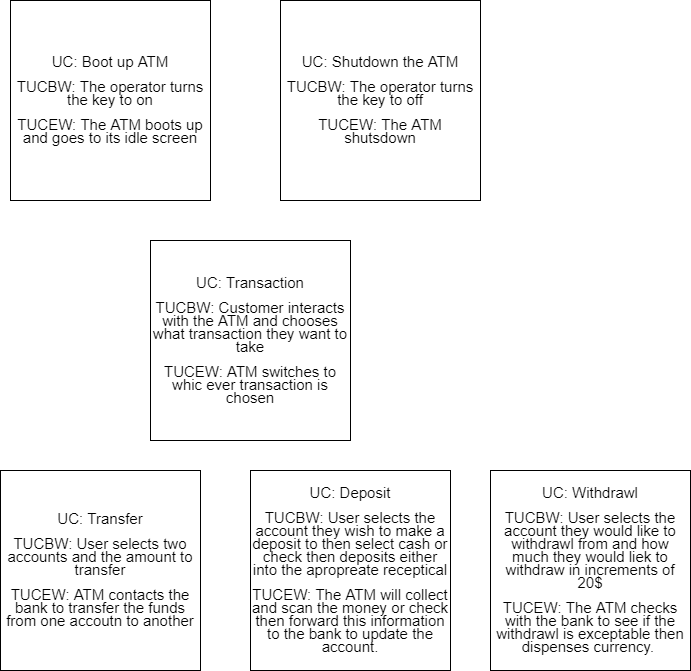
benjamin-carpenter/Image-repo keeps this draw.io diagram as UseCaseHigh.png. Above is the earlier version. Source tidied: cells renumbered, new cells last; positions are measured from the earlier drawing's top-left corner, leaving out a move shared by most shapes. Its diagram source:
```xml
<mxGraphModel>
  <root>
    <mxCell id="0" />
    <mxCell id="1" parent="0" />
    <mxCell id="2" value="&lt;p style=&quot;line-height: 100%&quot;&gt;&lt;font style=&quot;font-size: 15px&quot;&gt;UC: Boot up ATM&lt;/font&gt;&lt;/p&gt;&lt;p style=&quot;line-height: 100%&quot;&gt;&lt;font style=&quot;font-size: 15px&quot;&gt;TUCBW: The operator turns the key to on&lt;/font&gt;&lt;/p&gt;&lt;p style=&quot;line-height: 100%&quot;&gt;&lt;font style=&quot;font-size: 15px&quot;&gt;TUCEW: The ATM boots up and goes to its idle screen&lt;/font&gt;&lt;/p&gt;" style="whiteSpace=wrap;html=1;" parent="1" vertex="1">
      <mxGeometry x="10" width="200" height="200" as="geometry" />
    </mxCell>
    <mxCell id="3" value="&lt;p style=&quot;line-height: 100%&quot;&gt;&lt;font style=&quot;font-size: 15px&quot;&gt;UC: Shutdown the ATM&lt;/font&gt;&lt;/p&gt;&lt;p style=&quot;line-height: 100%&quot;&gt;&lt;font style=&quot;font-size: 15px&quot;&gt;TUCBW: The operator turns the key to off&lt;/font&gt;&lt;/p&gt;&lt;p style=&quot;line-height: 100%&quot;&gt;&lt;font style=&quot;font-size: 15px&quot;&gt;TUCEW: The ATM shutsdown&lt;/font&gt;&lt;/p&gt;" style="whiteSpace=wrap;html=1;" parent="1" vertex="1">
      <mxGeometry x="280" width="200" height="200" as="geometry" />
    </mxCell>
    <mxCell id="4" value="&lt;p style=&quot;line-height: 100%&quot;&gt;&lt;font style=&quot;font-size: 15px&quot;&gt;UC: Transaction&lt;/font&gt;&lt;/p&gt;&lt;p style=&quot;line-height: 100%&quot;&gt;&lt;font style=&quot;font-size: 15px&quot;&gt;TUCBW: Customer interacts with the ATM and chooses what transaction they want to take&lt;/font&gt;&lt;/p&gt;&lt;p style=&quot;line-height: 100%&quot;&gt;&lt;font style=&quot;font-size: 15px&quot;&gt;TUCEW: ATM switches to whic ever transaction is chosen&lt;/font&gt;&lt;/p&gt;" style="whiteSpace=wrap;html=1;" parent="1" vertex="1">
      <mxGeometry x="150" y="240" width="200" height="200" as="geometry" />
    </mxCell>
    <mxCell id="5" value="&lt;p style=&quot;line-height: 100%&quot;&gt;&lt;font style=&quot;font-size: 15px&quot;&gt;UC: Transfer&lt;/font&gt;&lt;/p&gt;&lt;p style=&quot;line-height: 100%&quot;&gt;&lt;font style=&quot;font-size: 15px&quot;&gt;TUCBW: User selects two accounts and the amount to transfer&lt;/font&gt;&lt;/p&gt;&lt;p style=&quot;line-height: 100%&quot;&gt;&lt;font style=&quot;font-size: 15px&quot;&gt;TUCEW: ATM contacts the bank to transfer the funds from one accoutn to another&lt;/font&gt;&lt;/p&gt;" style="whiteSpace=wrap;html=1;" parent="1" vertex="1">
      <mxGeometry y="470" width="200" height="200" as="geometry" />
    </mxCell>
    <mxCell id="6" value="&lt;p style=&quot;line-height: 100%&quot;&gt;&lt;font style=&quot;font-size: 15px&quot;&gt;UC: Deposit&lt;/font&gt;&lt;/p&gt;&lt;p style=&quot;line-height: 100%&quot;&gt;&lt;font style=&quot;font-size: 15px&quot;&gt;TUCBW: User selects the account they wish to make a deposit to then select cash or check then deposits either into the apropreate receptical&lt;/font&gt;&lt;/p&gt;&lt;p style=&quot;line-height: 100%&quot;&gt;&lt;font style=&quot;font-size: 15px&quot;&gt;TUCEW: The ATM will collect and scan the money or check then forward this information to the bank to update the account.&lt;/font&gt;&lt;/p&gt;" style="whiteSpace=wrap;html=1;" parent="1" vertex="1">
      <mxGeometry x="250" y="470" width="200" height="200" as="geometry" />
    </mxCell>
    <mxCell id="7" value="&lt;p style=&quot;line-height: 100%&quot;&gt;&lt;font style=&quot;font-size: 15px&quot;&gt;UC: Withdrawl&lt;/font&gt;&lt;/p&gt;&lt;p style=&quot;line-height: 100%&quot;&gt;&lt;font style=&quot;font-size: 15px&quot;&gt;TUCBW: User selects the account they would like to withdrawl from and how much they would liek to withdraw in increments of 20$&lt;/font&gt;&lt;/p&gt;&lt;p style=&quot;line-height: 100%&quot;&gt;&lt;font style=&quot;font-size: 15px&quot;&gt;TUCEW: The ATM checks with the bank to see if the withdrawl is exceptable then dispenses currency.&amp;nbsp;&lt;/font&gt;&lt;/p&gt;" style="whiteSpace=wrap;html=1;" parent="1" vertex="1">
      <mxGeometry x="490" y="470" width="200" height="200" as="geometry" />
    </mxCell>
  </root>
</mxGraphModel>
```
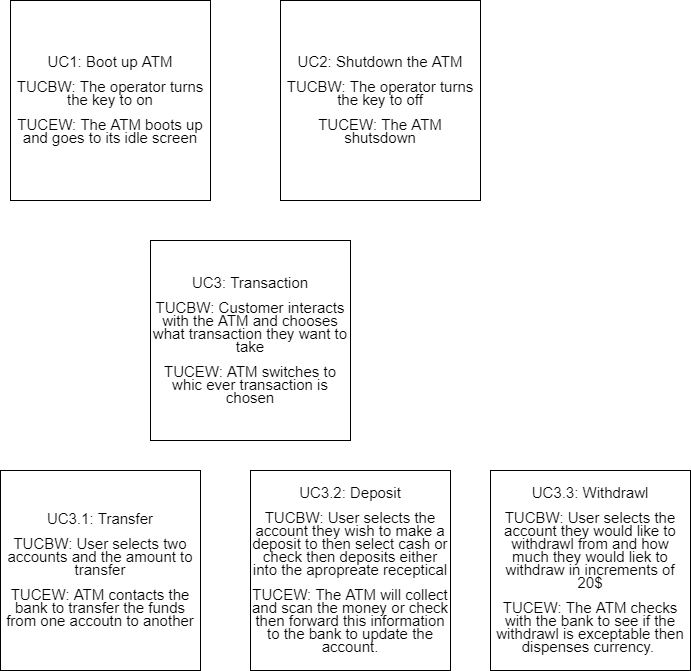
The same diagram one commit later.

The edit, as a diff of the source:
```diff
@@ -2,22 +2,22 @@
   <root>
     <mxCell id="0" />
     <mxCell id="1" parent="0" />
-    <mxCell id="2" value="&lt;p style=&quot;line-height: 100%&quot;&gt;&lt;font style=&quot;font-size: 15px&quot;&gt;UC: Boot up ATM&lt;/font&gt;&lt;/p&gt;&lt;p style=&quot;line-height: 100%&quot;&gt;&lt;font style=&quot;font-size: 15px&quot;&gt;TUCBW: The operator turns the key to on&lt;/font&gt;&lt;/p&gt;&lt;p style=&quot;line-height: 100%&quot;&gt;&lt;font style=&quot;font-size: 15px&quot;&gt;TUCEW: The ATM boots up and goes to its idle screen&lt;/font&gt;&lt;/p&gt;" style="whiteSpace=wrap;html=1;" parent="1" vertex="1">
+    <mxCell id="2" value="&lt;p style=&quot;line-height: 100%&quot;&gt;&lt;font style=&quot;font-size: 15px&quot;&gt;UC1: Boot up ATM&lt;/font&gt;&lt;/p&gt;&lt;p style=&quot;line-height: 100%&quot;&gt;&lt;font style=&quot;font-size: 15px&quot;&gt;TUCBW: The operator turns the key to on&lt;/font&gt;&lt;/p&gt;&lt;p style=&quot;line-height: 100%&quot;&gt;&lt;font style=&quot;font-size: 15px&quot;&gt;TUCEW: The ATM boots up and goes to its idle screen&lt;/font&gt;&lt;/p&gt;" style="whiteSpace=wrap;html=1;" parent="1" vertex="1">
       <mxGeometry x="10" width="200" height="200" as="geometry" />
     </mxCell>
-    <mxCell id="3" value="&lt;p style=&quot;line-height: 100%&quot;&gt;&lt;font style=&quot;font-size: 15px&quot;&gt;UC: Shutdown the ATM&lt;/font&gt;&lt;/p&gt;&lt;p style=&quot;line-height: 100%&quot;&gt;&lt;font style=&quot;font-size: 15px&quot;&gt;TUCBW: The operator turns the key to off&lt;/font&gt;&lt;/p&gt;&lt;p style=&quot;line-height: 100%&quot;&gt;&lt;font style=&quot;font-size: 15px&quot;&gt;TUCEW: The ATM shutsdown&lt;/font&gt;&lt;/p&gt;" style="whiteSpace=wrap;html=1;" parent="1" vertex="1">
+    <mxCell id="3" value="&lt;p style=&quot;line-height: 100%&quot;&gt;&lt;font style=&quot;font-size: 15px&quot;&gt;UC2: Shutdown the ATM&lt;/font&gt;&lt;/p&gt;&lt;p style=&quot;line-height: 100%&quot;&gt;&lt;font style=&quot;font-size: 15px&quot;&gt;TUCBW: The operator turns the key to off&lt;/font&gt;&lt;/p&gt;&lt;p style=&quot;line-height: 100%&quot;&gt;&lt;font style=&quot;font-size: 15px&quot;&gt;TUCEW: The ATM shutsdown&lt;/font&gt;&lt;/p&gt;" style="whiteSpace=wrap;html=1;" parent="1" vertex="1">
       <mxGeometry x="280" width="200" height="200" as="geometry" />
     </mxCell>
-    <mxCell id="4" value="&lt;p style=&quot;line-height: 100%&quot;&gt;&lt;font style=&quot;font-size: 15px&quot;&gt;UC: Transaction&lt;/font&gt;&lt;/p&gt;&lt;p style=&quot;line-height: 100%&quot;&gt;&lt;font style=&quot;font-size: 15px&quot;&gt;TUCBW: Customer interacts with the ATM and chooses what transaction they want to take&lt;/font&gt;&lt;/p&gt;&lt;p style=&quot;line-height: 100%&quot;&gt;&lt;font style=&quot;font-size: 15px&quot;&gt;TUCEW: ATM switches to whic ever transaction is chosen&lt;/font&gt;&lt;/p&gt;" style="whiteSpace=wrap;html=1;" parent="1" vertex="1">
+    <mxCell id="4" value="&lt;p style=&quot;line-height: 100%&quot;&gt;&lt;font style=&quot;font-size: 15px&quot;&gt;UC3: Transaction&lt;/font&gt;&lt;/p&gt;&lt;p style=&quot;line-height: 100%&quot;&gt;&lt;font style=&quot;font-size: 15px&quot;&gt;TUCBW: Customer interacts with the ATM and chooses what transaction they want to take&lt;/font&gt;&lt;/p&gt;&lt;p style=&quot;line-height: 100%&quot;&gt;&lt;font style=&quot;font-size: 15px&quot;&gt;TUCEW: ATM switches to whic ever transaction is chosen&lt;/font&gt;&lt;/p&gt;" style="whiteSpace=wrap;html=1;" parent="1" vertex="1">
       <mxGeometry x="150" y="240" width="200" height="200" as="geometry" />
     </mxCell>
-    <mxCell id="5" value="&lt;p style=&quot;line-height: 100%&quot;&gt;&lt;font style=&quot;font-size: 15px&quot;&gt;UC: Transfer&lt;/font&gt;&lt;/p&gt;&lt;p style=&quot;line-height: 100%&quot;&gt;&lt;font style=&quot;font-size: 15px&quot;&gt;TUCBW: User selects two accounts and the amount to transfer&lt;/font&gt;&lt;/p&gt;&lt;p style=&quot;line-height: 100%&quot;&gt;&lt;font style=&quot;font-size: 15px&quot;&gt;TUCEW: ATM contacts the bank to transfer the funds from one accoutn to another&lt;/font&gt;&lt;/p&gt;" style="whiteSpace=wrap;html=1;" parent="1" vertex="1">
+    <mxCell id="5" value="&lt;p style=&quot;line-height: 100%&quot;&gt;&lt;font style=&quot;font-size: 15px&quot;&gt;UC3.1: Transfer&lt;/font&gt;&lt;/p&gt;&lt;p style=&quot;line-height: 100%&quot;&gt;&lt;font style=&quot;font-size: 15px&quot;&gt;TUCBW: User selects two accounts and the amount to transfer&lt;/font&gt;&lt;/p&gt;&lt;p style=&quot;line-height: 100%&quot;&gt;&lt;font style=&quot;font-size: 15px&quot;&gt;TUCEW: ATM contacts the bank to transfer the funds from one accoutn to another&lt;/font&gt;&lt;/p&gt;" style="whiteSpace=wrap;html=1;" parent="1" vertex="1">
       <mxGeometry y="470" width="200" height="200" as="geometry" />
     </mxCell>
-    <mxCell id="6" value="&lt;p style=&quot;line-height: 100%&quot;&gt;&lt;font style=&quot;font-size: 15px&quot;&gt;UC: Deposit&lt;/font&gt;&lt;/p&gt;&lt;p style=&quot;line-height: 100%&quot;&gt;&lt;font style=&quot;font-size: 15px&quot;&gt;TUCBW: User selects the account they wish to make a deposit to then select cash or check then deposits either into the apropreate receptical&lt;/font&gt;&lt;/p&gt;&lt;p style=&quot;line-height: 100%&quot;&gt;&lt;font style=&quot;font-size: 15px&quot;&gt;TUCEW: The ATM will collect and scan the money or check then forward this information to the bank to update the account.&lt;/font&gt;&lt;/p&gt;" style="whiteSpace=wrap;html=1;" parent="1" vertex="1">
+    <mxCell id="6" value="&lt;p style=&quot;line-height: 100%&quot;&gt;&lt;font style=&quot;font-size: 15px&quot;&gt;UC3.2: Deposit&lt;/font&gt;&lt;/p&gt;&lt;p style=&quot;line-height: 100%&quot;&gt;&lt;font style=&quot;font-size: 15px&quot;&gt;TUCBW: User selects the account they wish to make a deposit to then select cash or check then deposits either into the apropreate receptical&lt;/font&gt;&lt;/p&gt;&lt;p style=&quot;line-height: 100%&quot;&gt;&lt;font style=&quot;font-size: 15px&quot;&gt;TUCEW: The ATM will collect and scan the money or check then forward this information to the bank to update the account.&lt;/font&gt;&lt;/p&gt;" style="whiteSpace=wrap;html=1;" parent="1" vertex="1">
       <mxGeometry x="250" y="470" width="200" height="200" as="geometry" />
     </mxCell>
-    <mxCell id="7" value="&lt;p style=&quot;line-height: 100%&quot;&gt;&lt;font style=&quot;font-size: 15px&quot;&gt;UC: Withdrawl&lt;/font&gt;&lt;/p&gt;&lt;p style=&quot;line-height: 100%&quot;&gt;&lt;font style=&quot;font-size: 15px&quot;&gt;TUCBW: User selects the account they would like to withdrawl from and how much they would liek to withdraw in increments of 20$&lt;/font&gt;&lt;/p&gt;&lt;p style=&quot;line-height: 100%&quot;&gt;&lt;font style=&quot;font-size: 15px&quot;&gt;TUCEW: The ATM checks with the bank to see if the withdrawl is exceptable then dispenses currency.&amp;nbsp;&lt;/font&gt;&lt;/p&gt;" style="whiteSpace=wrap;html=1;" parent="1" vertex="1">
+    <mxCell id="7" value="&lt;p style=&quot;line-height: 100%&quot;&gt;&lt;font style=&quot;font-size: 15px&quot;&gt;UC3.3: Withdrawl&lt;/font&gt;&lt;/p&gt;&lt;p style=&quot;line-height: 100%&quot;&gt;&lt;font style=&quot;font-size: 15px&quot;&gt;TUCBW: User selects the account they would like to withdrawl from and how much they would liek to withdraw in increments of 20$&lt;/font&gt;&lt;/p&gt;&lt;p style=&quot;line-height: 100%&quot;&gt;&lt;font style=&quot;font-size: 15px&quot;&gt;TUCEW: The ATM checks with the bank to see if the withdrawl is exceptable then dispenses currency.&amp;nbsp;&lt;/font&gt;&lt;/p&gt;" style="whiteSpace=wrap;html=1;" parent="1" vertex="1">
       <mxGeometry x="490" y="470" width="200" height="200" as="geometry" />
     </mxCell>
   </root>
```
